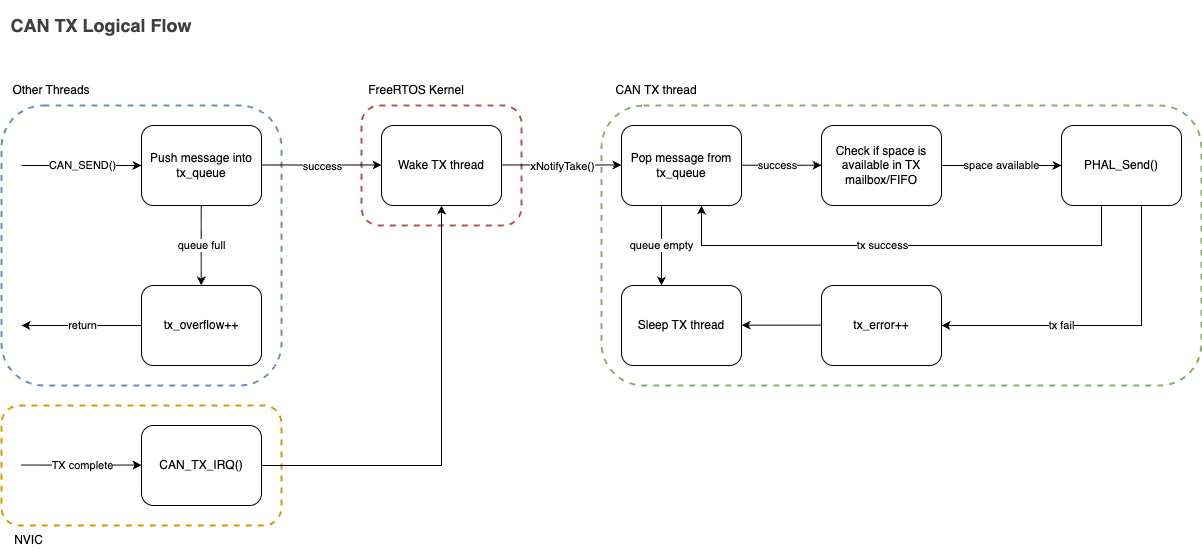
Earlier version of the draw.io export common/can_library/can_tx_logic.drawio.png (PurdueElectricRacing/firmware). Source tidied: cells renumbered, new cells last; positions are measured from the earlier drawing's top-left corner, leaving out a move shared by most shapes.
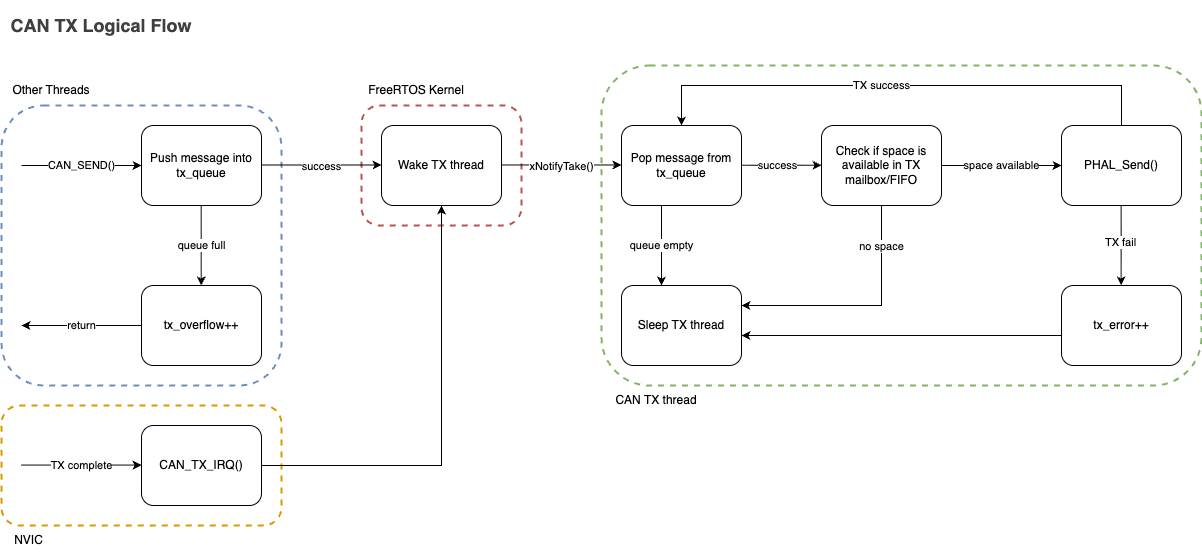
Later version of the same file.

Commit message:
less aesthetic, more accurate

The edit, as a diff of the source:
```diff
@@ -3,7 +3,7 @@
     <mxCell id="0" />
     <mxCell id="1" parent="0" />
     <mxCell id="2" style="rounded=1;whiteSpace=wrap;html=1;fillColor=none;dashed=1;strokeColor=#82b366;strokeWidth=2;" parent="1" vertex="1">
-      <mxGeometry x="600" y="100" width="600" height="280" as="geometry" />
+      <mxGeometry x="600" y="60" width="600" height="320" as="geometry" />
     </mxCell>
     <mxCell id="3" style="rounded=1;whiteSpace=wrap;html=1;fillColor=none;dashed=1;strokeColor=#d79b00;strokeWidth=2;" parent="1" vertex="1">
       <mxGeometry y="400" width="280" height="120" as="geometry" />
@@ -106,15 +106,15 @@
     </mxCell>
     <mxCell id="26" style="endArrow=classic;html=1;rounded=0;curved=0;" parent="1" edge="1">
       <mxGeometry relative="1" as="geometry">
-        <mxPoint x="1100" y="200.5" as="sourcePoint" />
-        <mxPoint x="700" y="200" as="targetPoint" />
+        <mxPoint x="1120" y="119.5" as="sourcePoint" />
+        <mxPoint x="680" y="120" as="targetPoint" />
         <Array as="points">
-          <mxPoint x="1100" y="240" />
-          <mxPoint x="700" y="240" />
+          <mxPoint x="1120" y="80" />
+          <mxPoint x="680" y="80" />
         </Array>
       </mxGeometry>
     </mxCell>
-    <mxCell id="27" value="tx success" style="edgeLabel;html=1;align=center;verticalAlign=middle;" parent="26" vertex="1">
+    <mxCell id="27" value="TX success" style="edgeLabel;html=1;align=center;verticalAlign=middle;" parent="26" vertex="1">
       <mxGeometry x="0.05" y="-2" relative="1" as="geometry">
         <mxPoint x="-7" y="2" as="offset" />
       </mxGeometry>
@@ -149,7 +149,7 @@
       <mxGeometry y="520" width="55" height="30" as="geometry" />
     </mxCell>
     <mxCell id="34" value="CAN TX thread" style="text;html=1;align=center;verticalAlign=middle;whiteSpace=wrap;rounded=0;" parent="1" vertex="1">
-      <mxGeometry x="600" y="70" width="110" height="30" as="geometry" />
+      <mxGeometry x="600" y="380" width="110" height="30" as="geometry" />
     </mxCell>
     <mxCell id="35" value="Pop message from tx_queue" style="rounded=1;whiteSpace=wrap;html=1;" parent="1" vertex="1">
       <mxGeometry x="620" y="120" width="120" height="80" as="geometry" />
@@ -176,28 +176,37 @@
         <mxPoint x="1" y="-1" as="offset" />
       </mxGeometry>
     </mxCell>
-    <mxCell id="40" style="endArrow=classic;html=1;rounded=0;curved=0;" parent="1" edge="1">
-      <mxGeometry relative="1" as="geometry">
-        <mxPoint x="1140" y="200" as="sourcePoint" />
-        <mxPoint x="940" y="320" as="targetPoint" />
-        <Array as="points">
-          <mxPoint x="1140" y="320" />
-        </Array>
-      </mxGeometry>
-    </mxCell>
-    <mxCell id="41" value="tx fail" style="edgeLabel;html=1;align=center;verticalAlign=middle;" parent="40" vertex="1">
-      <mxGeometry x="0.08" relative="1" as="geometry">
-        <mxPoint x="-28" as="offset" />
-      </mxGeometry>
-    </mxCell>
     <mxCell id="42" value="tx_error++" style="rounded=1;whiteSpace=wrap;html=1;" parent="1" vertex="1">
-      <mxGeometry x="820" y="280" width="120" height="80" as="geometry" />
+      <mxGeometry x="1060" y="280" width="120" height="80" as="geometry" />
     </mxCell>
     <mxCell id="43" style="endArrow=classic;html=1;" parent="1" edge="1">
       <mxGeometry relative="1" as="geometry">
-        <mxPoint x="820" y="319.7" as="sourcePoint" />
-        <mxPoint x="740" y="319.7" as="targetPoint" />
+        <mxPoint x="1119.6" y="200" as="sourcePoint" />
+        <mxPoint x="1119.6" y="280" as="targetPoint" />
       </mxGeometry>
     </mxCell>
+    <mxCell id="44" value="TX fail" style="edgeLabel;html=1;align=center;verticalAlign=middle;" parent="43" vertex="1">
+      <mxGeometry x="-0.07" y="-1" relative="1" as="geometry" />
+    </mxCell>
+    <mxCell id="45" style="endArrow=classic;html=1;rounded=0;curved=0;" parent="1" edge="1">
+      <mxGeometry relative="1" as="geometry">
+        <mxPoint x="880" y="200" as="sourcePoint" />
+        <mxPoint x="740" y="300" as="targetPoint" />
+        <Array as="points">
+          <mxPoint x="880" y="300" />
+        </Array>
+      </mxGeometry>
+    </mxCell>
+    <mxCell id="46" value="no space" style="edgeLabel;html=1;align=center;verticalAlign=middle;" parent="45" vertex="1">
+      <mxGeometry x="-0.65" relative="1" as="geometry">
+        <mxPoint y="-2" as="offset" />
+      </mxGeometry>
+    </mxCell>
+    <mxCell id="47" style="endArrow=classic;html=1;" parent="1" edge="1">
+      <mxGeometry relative="1" as="geometry">
+        <mxPoint x="1060" y="330" as="sourcePoint" />
+        <mxPoint x="740" y="330" as="targetPoint" />
+      </mxGeometry>
+    </mxCell>
   </root>
 </mxGraphModel>
```
